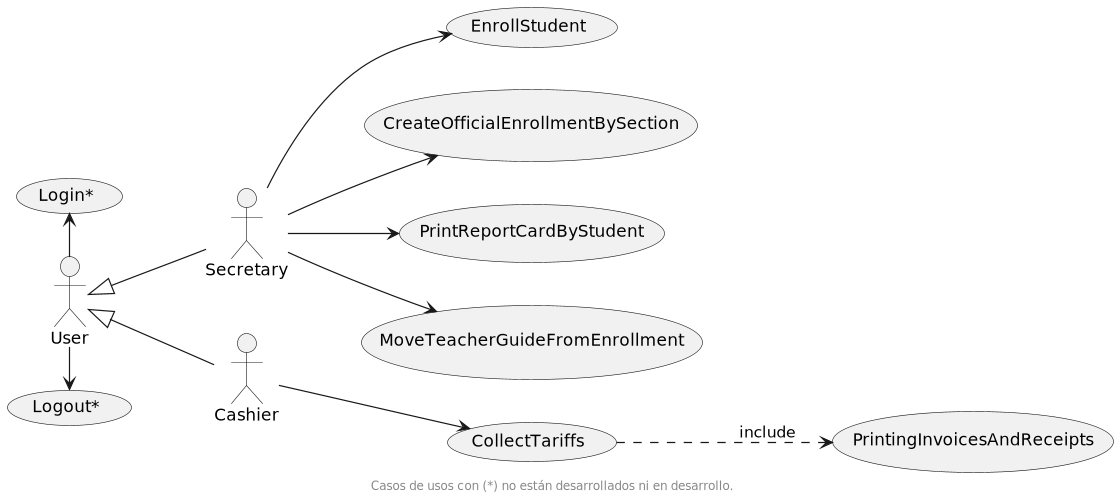
Above: out/UseCaseView/UseCases.png in wsmcbl/wsmcbl.doc (PlantUML), before the change.
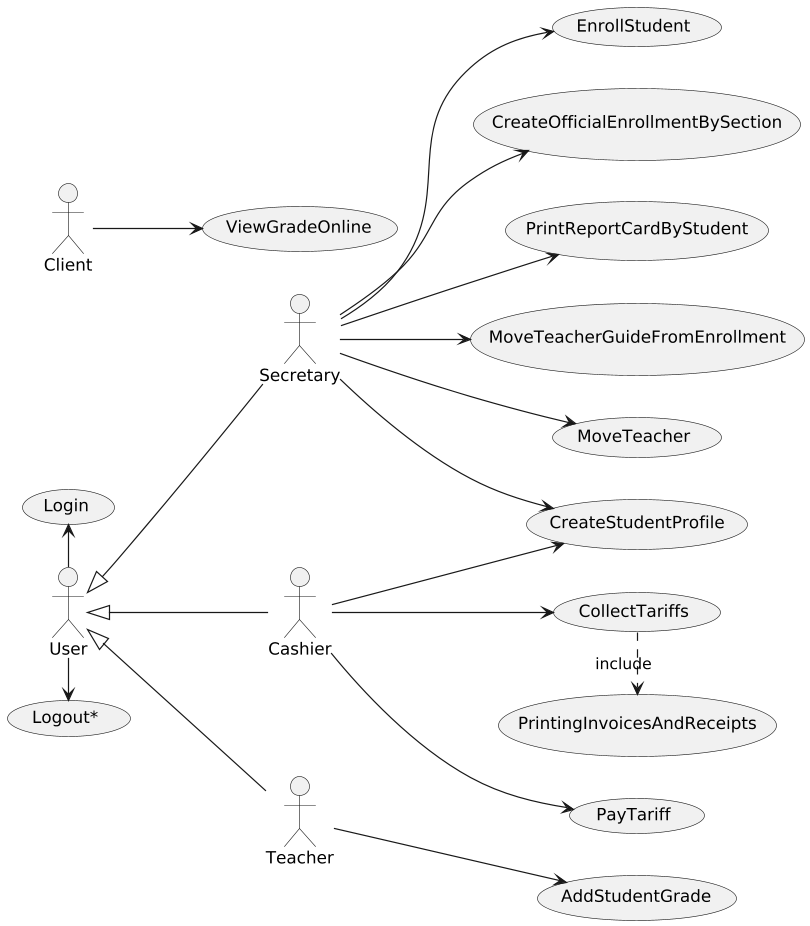
The same file after the commit.

Diff of the diagram source:
```diff
@@ -1,5 +1,7 @@
 @startuml
+scale 2
 left to right direction
+
 
 actor User
 actor Secretary
@@ -8,19 +10,12 @@
 User <|-- Secretary
 User <|-- Cashier
 
-usecase "Login*"
-usecase "Logout*"
-
 usecase EnrollStudent
 usecase CreateOfficialEnrollmentBySection
 usecase PrintingInvoicesAndReceipts
 usecase PrintReportCardByStudent
 usecase MoveTeacherGuideFromEnrollment
 usecase CollectTariffs
-
-
-User -left-> "Login*"
-User -right-> "Logout*"
 
 Secretary --> EnrollStudent
 Secretary --> CreateOfficialEnrollmentBySection
@@ -29,8 +24,33 @@
 
 Cashier --> CollectTariffs
 
-CollectTariffs ..> PrintingInvoicesAndReceipts: include
+CollectTariffs .right.> PrintingInvoicesAndReceipts: include
 
-footer Casos de usos con (*) no están desarrollados ni en desarrollo.
+
+actor Client
+actor Teacher
+
+User <|-- Teacher
+
+usecase CU15 as "ViewGradeOnline"
+usecase CU60 as "PayTariff"
+usecase CU22 as "MoveTeacher"
+usecase CU11 as "AddStudentGrade"
+usecase CU02 as "CreateStudentProfile"
+usecase CU69 as "Login"
+usecase "Logout*"
+
+User -left-> CU69
+User -right-> "Logout*"
+
+Secretary --> CU22
+Secretary --> CU02
+
+Cashier --> CU02
+Cashier --> CU60
+
+Teacher --> CU11
+
+Client --> CU15
 
 @enduml
```
